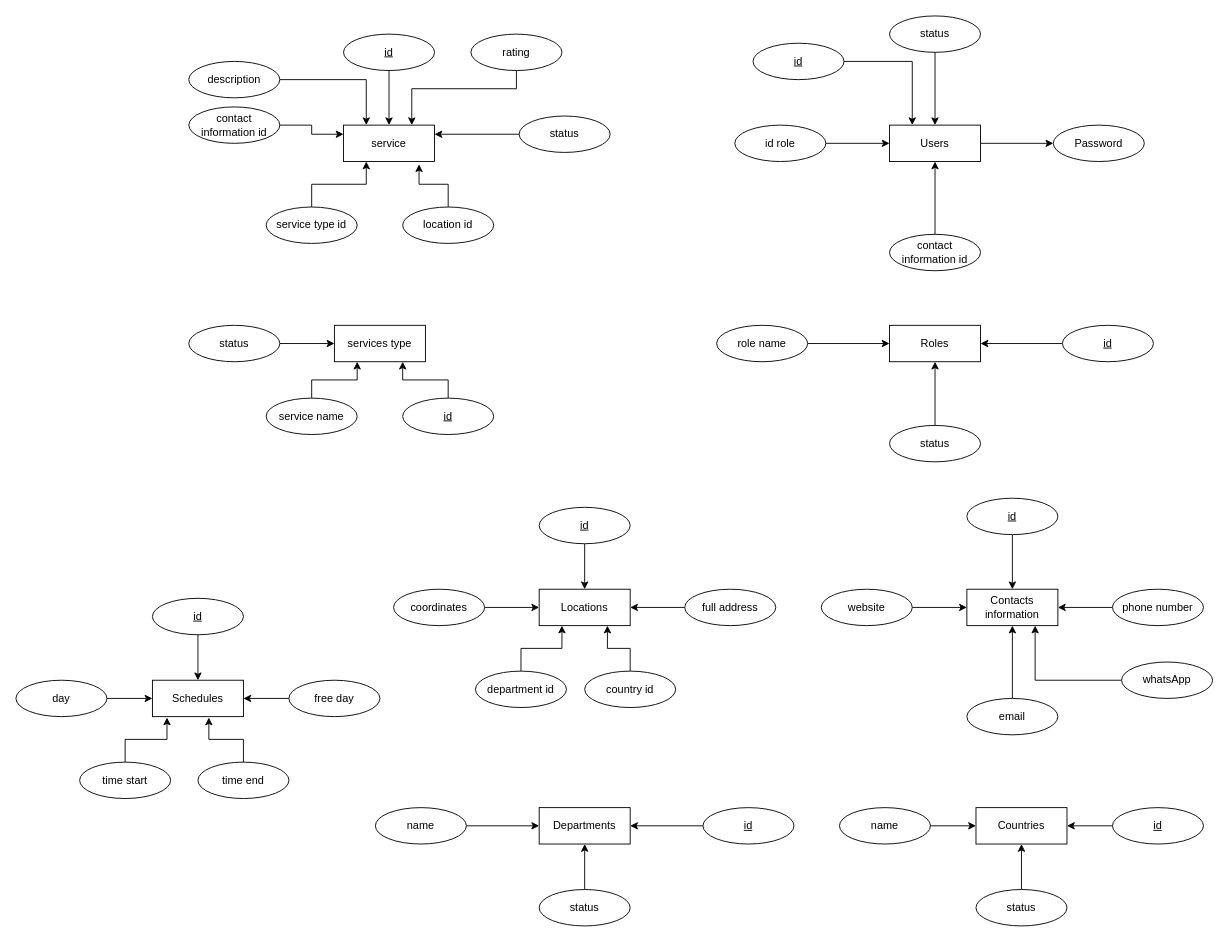
The draw.io diagram caminoDiagrams/Untitled Diagram.drawio in DrDaxter/diagrams, before the edit. Source tidied: cells renumbered, new cells numbered last; positions are measured from the earlier drawing's top-left corner, leaving out a move shared by most shapes. Both pictures are drawn from the tidied source at 91%, with x=0, y=0 at pixel (15, 15).
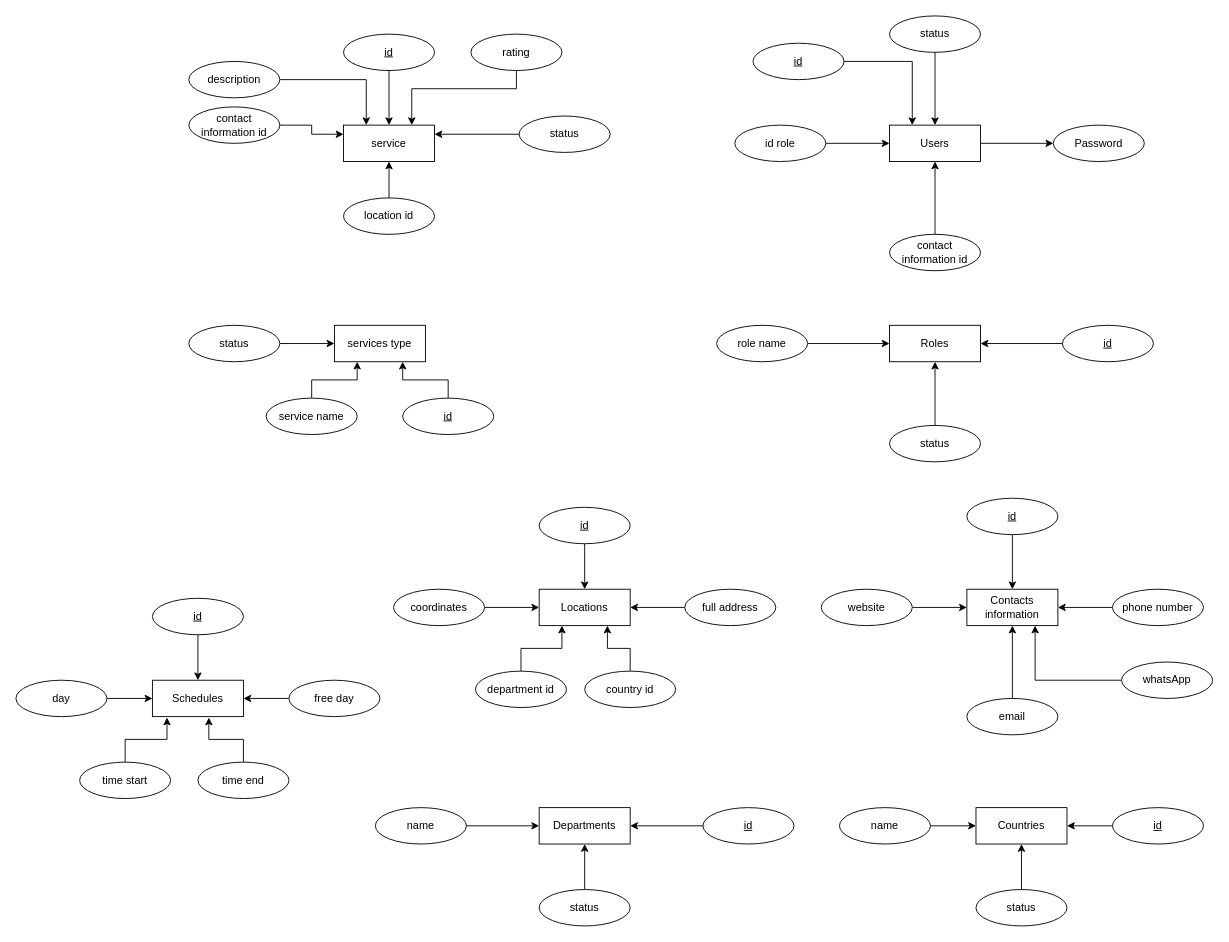
The same page after the edit.

Commit message:
se removio el id del tipo de servicio en la entidad de servicio

The change refers to these unchanged cells:
```xml
<mxCell id="2" value="service" style="whiteSpace=wrap;html=1;align=center;" parent="1" vertex="1">
  <mxGeometry x="360" y="120" width="100" height="40" as="geometry" />
</mxCell>
```

Change to the diagram source:
```diff
@@
-    <mxCell id="16" style="edgeStyle=orthogonalEdgeStyle;rounded=0;jettySize=auto;html=1;entryX=0.83;entryY=1.075;entryDx=0;entryDy=0;entryPerimeter=0;" parent="1" edge="1" source="17" target="2">
+    <mxCell id="16" style="edgeStyle=orthogonalEdgeStyle;rounded=0;jettySize=auto;html=1;entryX=0.5;entryY=1;entryDx=0;entryDy=0;" parent="1" edge="1" source="17" target="2">
       <mxGeometry relative="1" as="geometry" />
     </mxCell>
     <mxCell id="17" value="location id" style="ellipse;whiteSpace=wrap;html=1;align=center;" parent="1" vertex="1">
-      <mxGeometry x="425" y="210" width="100" height="40" as="geometry" />
+      <mxGeometry x="360" y="200" width="100" height="40" as="geometry" />
     </mxCell>
@@
-    <mxCell id="19" style="edgeStyle=orthogonalEdgeStyle;rounded=0;jettySize=auto;html=1;entryX=0.25;entryY=1;entryDx=0;entryDy=0;" parent="1" edge="1" source="20" target="2">
-      <mxGeometry relative="1" as="geometry" />
-    </mxCell>
-    <mxCell id="20" value="service type id" style="ellipse;whiteSpace=wrap;html=1;align=center;" parent="1" vertex="1">
-      <mxGeometry x="275" y="210" width="100" height="40" as="geometry" />
-    </mxCell>
```
